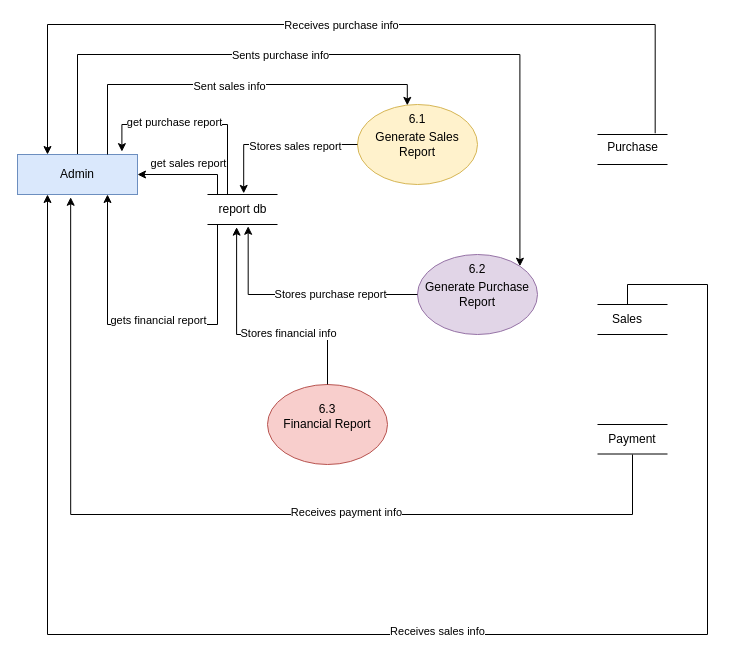
Above: Report Generation Level 2.drawio in pawal-karki/DRAW.IO (draw.io), before the change. Source tidied: cells renumbered, new cells numbered last; positions are measured from the earlier drawing's top-left corner, leaving out a move shared by most shapes. Both pictures are drawn from the tidied source at 100%, with x=0, y=0 at pixel (17, 24).
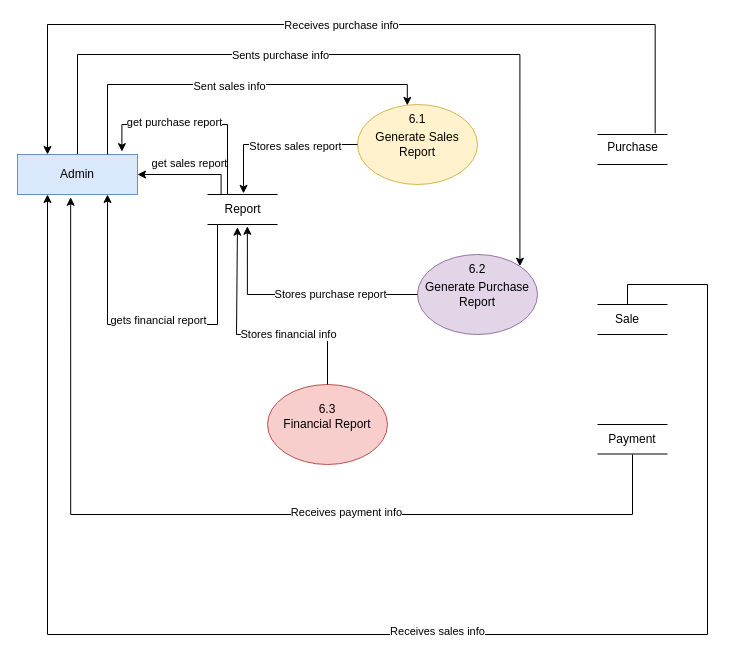
The same page after the edit.

Change to the diagram source:
```diff
@@
-    <mxCell id="15" value="report db" style="text;html=1;align=center;verticalAlign=middle;points=[];strokeColor=none;fillColor=none;" parent="1" vertex="1">
-      <mxGeometry x="190" y="170" width="70" height="30" as="geometry" />
+    <mxCell id="15" value="Report" style="text;html=1;align=center;verticalAlign=middle;points=[];strokeColor=none;fillColor=none;" parent="1" vertex="1">
+      <mxGeometry x="195" y="170" width="60" height="30" as="geometry" />
     </mxCell>
@@
-    <mxCell id="21" value="Sales" style="text;html=1;align=center;verticalAlign=middle;whiteSpace=wrap;rounded=0;" parent="1" vertex="1">
+    <mxCell id="21" value="Sale" style="text;html=1;align=center;verticalAlign=middle;whiteSpace=wrap;rounded=0;" parent="1" vertex="1">
       <mxGeometry x="580" y="280" width="60" height="30" as="geometry" />
     </mxCell>
```
